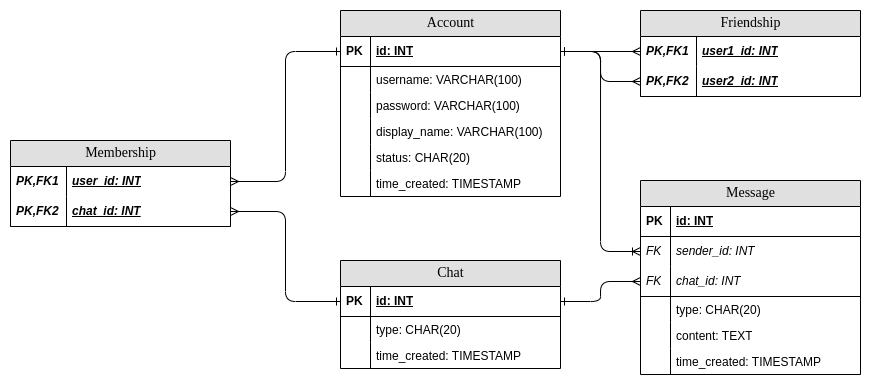
The draw.io diagram Design/database/database-schema.png in vietnq2291/network-programming-project-20222, before a commit. Source tidied: cells renumbered, new cells last; positions are measured from the earlier drawing's top-left corner, leaving out a move shared by most shapes.
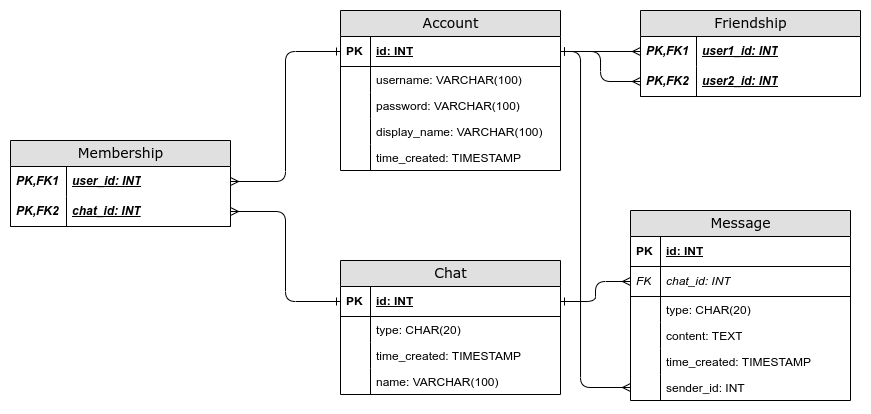
After the commit.

The edit, as a diff of the source:
```diff
@@ -18,7 +18,7 @@
       <mxGeometry width="56" height="30" as="geometry" />
     </mxCell>
     <mxCell id="7" value="Account" style="swimlane;html=1;fontStyle=0;horizontal=1;startSize=26;fillColor=#e0e0e0;swimlaneFillColor=#ffffff;align=center;rounded=0;shadow=0;comic=0;labelBackgroundColor=none;strokeWidth=1;fontFamily=Verdana;fontSize=14;" parent="1" vertex="1">
-      <mxGeometry x="330" width="220" height="186" as="geometry" />
+      <mxGeometry x="330" width="220" height="160" as="geometry" />
     </mxCell>
     <mxCell id="8" value="id: INT" style="shape=partialRectangle;top=0;left=0;right=0;bottom=1;html=1;align=left;verticalAlign=middle;fillColor=none;spacingLeft=34;spacingRight=4;whiteSpace=wrap;overflow=hidden;points=[[0,0.5],[1,0.5]];portConstraint=eastwest;fontStyle=5;" parent="7" vertex="1">
       <mxGeometry y="26" width="220" height="30" as="geometry" />
@@ -44,20 +44,14 @@
     <mxCell id="15" style="shape=partialRectangle;top=0;left=0;bottom=0;html=1;fillColor=none;align=left;verticalAlign=top;spacingLeft=4;spacingRight=4;whiteSpace=wrap;overflow=hidden;" parent="14" vertex="1">
       <mxGeometry width="30" height="26" as="geometry" />
     </mxCell>
-    <mxCell id="16" value="status: CHAR(20)" style="shape=partialRectangle;top=0;left=0;right=0;bottom=0;html=1;align=left;verticalAlign=top;fillColor=none;spacingLeft=34;spacingRight=4;whiteSpace=wrap;overflow=hidden;" parent="7" vertex="1">
-      <mxGeometry y="134" width="220" height="26" as="geometry" />
-    </mxCell>
-    <mxCell id="17" style="shape=partialRectangle;top=0;left=0;bottom=0;html=1;fillColor=none;align=left;verticalAlign=top;spacingLeft=4;spacingRight=4;whiteSpace=wrap;overflow=hidden;" parent="16" vertex="1">
-      <mxGeometry width="30" height="26" as="geometry" />
-    </mxCell>
     <mxCell id="18" value="time_created: TIMESTAMP" style="shape=partialRectangle;top=0;left=0;right=0;bottom=0;html=1;align=left;verticalAlign=top;fillColor=none;spacingLeft=34;spacingRight=4;whiteSpace=wrap;overflow=hidden;" parent="7" vertex="1">
-      <mxGeometry y="160" width="220" height="26" as="geometry" />
+      <mxGeometry y="134" width="220" height="26" as="geometry" />
     </mxCell>
     <mxCell id="19" style="shape=partialRectangle;top=0;left=0;bottom=0;html=1;fillColor=none;align=left;verticalAlign=top;spacingLeft=4;spacingRight=4;whiteSpace=wrap;overflow=hidden;" parent="18" vertex="1">
       <mxGeometry width="30" height="26" as="geometry" />
     </mxCell>
     <mxCell id="20" value="Message" style="swimlane;html=1;fontStyle=0;horizontal=1;startSize=26;fillColor=#e0e0e0;swimlaneFillColor=#ffffff;align=center;rounded=0;shadow=0;comic=0;labelBackgroundColor=none;strokeWidth=1;fontFamily=Verdana;fontSize=14;" parent="1" vertex="1">
-      <mxGeometry x="630" y="170" width="220" height="194" as="geometry" />
+      <mxGeometry x="620" y="200" width="220" height="190" as="geometry" />
     </mxCell>
     <mxCell id="21" value="id: INT" style="shape=partialRectangle;top=0;left=0;right=0;bottom=1;html=1;align=left;verticalAlign=middle;fillColor=none;spacingLeft=34;spacingRight=4;whiteSpace=wrap;overflow=hidden;fontStyle=5;" parent="20" vertex="1">
       <mxGeometry y="26" width="220" height="30" as="geometry" />
@@ -65,32 +59,32 @@
     <mxCell id="22" value="PK" style="shape=partialRectangle;top=0;left=0;bottom=0;html=1;fillColor=none;align=left;verticalAlign=middle;spacingLeft=4;spacingRight=4;whiteSpace=wrap;overflow=hidden;fontStyle=1;" parent="21" vertex="1">
       <mxGeometry width="30" height="30" as="geometry" />
     </mxCell>
-    <mxCell id="23" value="sender_id: INT" style="shape=partialRectangle;top=0;left=0;right=0;bottom=1;html=1;align=left;verticalAlign=middle;fillColor=none;spacingLeft=34;spacingRight=4;whiteSpace=wrap;overflow=hidden;points=[[0,0.5],[1,0.5]];portConstraint=eastwest;fontStyle=2;strokeColor=none;" parent="20" vertex="1">
-      <mxGeometry y="56" width="220" height="30" as="geometry" />
-    </mxCell>
-    <mxCell id="24" value="FK" style="shape=partialRectangle;top=0;left=0;bottom=0;html=1;fillColor=none;align=left;verticalAlign=middle;spacingLeft=4;spacingRight=4;whiteSpace=wrap;overflow=hidden;fontStyle=2;" parent="23" vertex="1">
-      <mxGeometry width="30" height="30" as="geometry" />
-    </mxCell>
     <mxCell id="25" value="chat_id: INT" style="shape=partialRectangle;top=0;left=0;right=0;bottom=1;html=1;align=left;verticalAlign=middle;fillColor=none;spacingLeft=34;spacingRight=4;whiteSpace=wrap;overflow=hidden;points=[[0,0.5],[1,0.5]];portConstraint=eastwest;fontStyle=2;" parent="20" vertex="1">
-      <mxGeometry y="86" width="220" height="30" as="geometry" />
+      <mxGeometry y="56" width="220" height="30" as="geometry" />
     </mxCell>
     <mxCell id="26" value="FK" style="shape=partialRectangle;top=0;left=0;bottom=0;html=1;fillColor=none;align=left;verticalAlign=middle;spacingLeft=4;spacingRight=4;whiteSpace=wrap;overflow=hidden;fontStyle=2;" parent="25" vertex="1">
       <mxGeometry width="30" height="30" as="geometry" />
     </mxCell>
     <mxCell id="27" value="type: CHAR(20)" style="shape=partialRectangle;top=0;left=0;right=0;bottom=0;html=1;align=left;verticalAlign=top;fillColor=none;spacingLeft=34;spacingRight=4;whiteSpace=wrap;overflow=hidden;" parent="20" vertex="1">
-      <mxGeometry y="116" width="220" height="26" as="geometry" />
+      <mxGeometry y="86" width="220" height="26" as="geometry" />
     </mxCell>
     <mxCell id="28" style="shape=partialRectangle;top=0;left=0;bottom=0;html=1;fillColor=none;align=left;verticalAlign=top;spacingLeft=4;spacingRight=4;whiteSpace=wrap;overflow=hidden;" parent="27" vertex="1">
       <mxGeometry width="30" height="26" as="geometry" />
     </mxCell>
     <mxCell id="29" value="content: TEXT" style="shape=partialRectangle;top=0;left=0;right=0;bottom=0;html=1;align=left;verticalAlign=top;fillColor=none;spacingLeft=34;spacingRight=4;whiteSpace=wrap;overflow=hidden;" parent="20" vertex="1">
-      <mxGeometry y="142" width="220" height="26" as="geometry" />
+      <mxGeometry y="112" width="220" height="26" as="geometry" />
     </mxCell>
     <mxCell id="30" style="shape=partialRectangle;top=0;left=0;bottom=0;html=1;fillColor=none;align=left;verticalAlign=top;spacingLeft=4;spacingRight=4;whiteSpace=wrap;overflow=hidden;" parent="29" vertex="1">
       <mxGeometry width="30" height="26" as="geometry" />
     </mxCell>
+    <mxCell id="51" value="time_created: TIMESTAMP" style="shape=partialRectangle;top=0;left=0;right=0;bottom=0;html=1;align=left;verticalAlign=top;fillColor=none;spacingLeft=34;spacingRight=4;whiteSpace=wrap;overflow=hidden;" parent="20" vertex="1">
+      <mxGeometry y="138" width="220" height="26" as="geometry" />
+    </mxCell>
+    <mxCell id="52" style="shape=partialRectangle;top=0;left=0;bottom=0;html=1;fillColor=none;align=left;verticalAlign=top;spacingLeft=4;spacingRight=4;whiteSpace=wrap;overflow=hidden;" parent="51" vertex="1">
+      <mxGeometry width="30" height="26" as="geometry" />
+    </mxCell>
-    <mxCell id="31" value="time_created: TIMESTAMP" style="shape=partialRectangle;top=0;left=0;right=0;bottom=0;html=1;align=left;verticalAlign=top;fillColor=none;spacingLeft=34;spacingRight=4;whiteSpace=wrap;overflow=hidden;points=[[0,0.5],[1,0.5]];portConstraint=eastwest;" parent="20" vertex="1">
-      <mxGeometry y="168" width="220" height="26" as="geometry" />
+    <mxCell id="31" value="sender_id: INT" style="shape=partialRectangle;top=0;left=0;right=0;bottom=0;html=1;align=left;verticalAlign=top;fillColor=none;spacingLeft=34;spacingRight=4;whiteSpace=wrap;overflow=hidden;points=[[0,0.5],[1,0.5]];portConstraint=eastwest;" parent="20" vertex="1">
+      <mxGeometry y="164" width="220" height="26" as="geometry" />
     </mxCell>
     <mxCell id="32" style="shape=partialRectangle;top=0;left=0;bottom=0;html=1;fillColor=none;align=left;verticalAlign=top;spacingLeft=4;spacingRight=4;whiteSpace=wrap;overflow=hidden;" parent="31" vertex="1">
       <mxGeometry width="30" height="26" as="geometry" />
@@ -126,7 +120,7 @@
       <mxGeometry relative="1" as="geometry" />
     </mxCell>
     <mxCell id="43" value="Chat" style="swimlane;html=1;fontStyle=0;horizontal=1;startSize=26;fillColor=#e0e0e0;swimlaneFillColor=#ffffff;align=center;rounded=0;shadow=0;comic=0;labelBackgroundColor=none;strokeWidth=1;fontFamily=Verdana;fontSize=14;" parent="1" vertex="1">
-      <mxGeometry x="330" y="250" width="220" height="108" as="geometry" />
+      <mxGeometry x="330" y="250" width="220" height="134" as="geometry" />
     </mxCell>
     <mxCell id="44" value="id: INT" style="shape=partialRectangle;top=0;left=0;right=0;bottom=1;html=1;align=left;verticalAlign=middle;fillColor=none;spacingLeft=34;spacingRight=4;whiteSpace=wrap;overflow=hidden;points=[[0,0.5],[1,0.5]];portConstraint=eastwest;fontStyle=5;" parent="43" vertex="1">
       <mxGeometry y="26" width="220" height="30" as="geometry" />
@@ -146,8 +140,19 @@
     <mxCell id="49" style="shape=partialRectangle;top=0;left=0;bottom=0;html=1;fillColor=none;align=left;verticalAlign=top;spacingLeft=4;spacingRight=4;whiteSpace=wrap;overflow=hidden;" parent="48" vertex="1">
       <mxGeometry width="30" height="26" as="geometry" />
     </mxCell>
-    <mxCell id="50" style="edgeStyle=orthogonalEdgeStyle;rounded=1;jettySize=auto;html=1;entryX=1;entryY=0.5;entryDx=0;entryDy=0;endArrow=ERone;endFill=0;startArrow=ERoneToMany;startFill=0;" parent="1" edge="1" source="23" target="8">
-      <mxGeometry relative="1" as="geometry" />
-    </mxCell>
+    <mxCell id="53" value="name: VARCHAR(100)" style="shape=partialRectangle;top=0;left=0;right=0;bottom=0;html=1;align=left;verticalAlign=top;fillColor=none;spacingLeft=34;spacingRight=4;whiteSpace=wrap;overflow=hidden;" parent="43" vertex="1">
+      <mxGeometry y="108" width="220" height="26" as="geometry" />
+    </mxCell>
+    <mxCell id="54" style="shape=partialRectangle;top=0;left=0;bottom=0;html=1;fillColor=none;align=left;verticalAlign=top;spacingLeft=4;spacingRight=4;whiteSpace=wrap;overflow=hidden;" parent="53" vertex="1">
+      <mxGeometry width="30" height="26" as="geometry" />
+    </mxCell>
+    <mxCell id="55" style="edgeStyle=orthogonalEdgeStyle;rounded=1;jettySize=auto;html=1;entryX=1;entryY=0.5;entryDx=0;entryDy=0;endArrow=ERone;endFill=0;startArrow=ERmany;startFill=0;" parent="1" edge="1" source="31" target="8">
+      <mxGeometry relative="1" as="geometry">
+        <Array as="points">
+          <mxPoint x="570" y="377" />
+          <mxPoint x="570" y="41" />
+        </Array>
+      </mxGeometry>
+    </mxCell>
   </root>
 </mxGraphModel>
```
